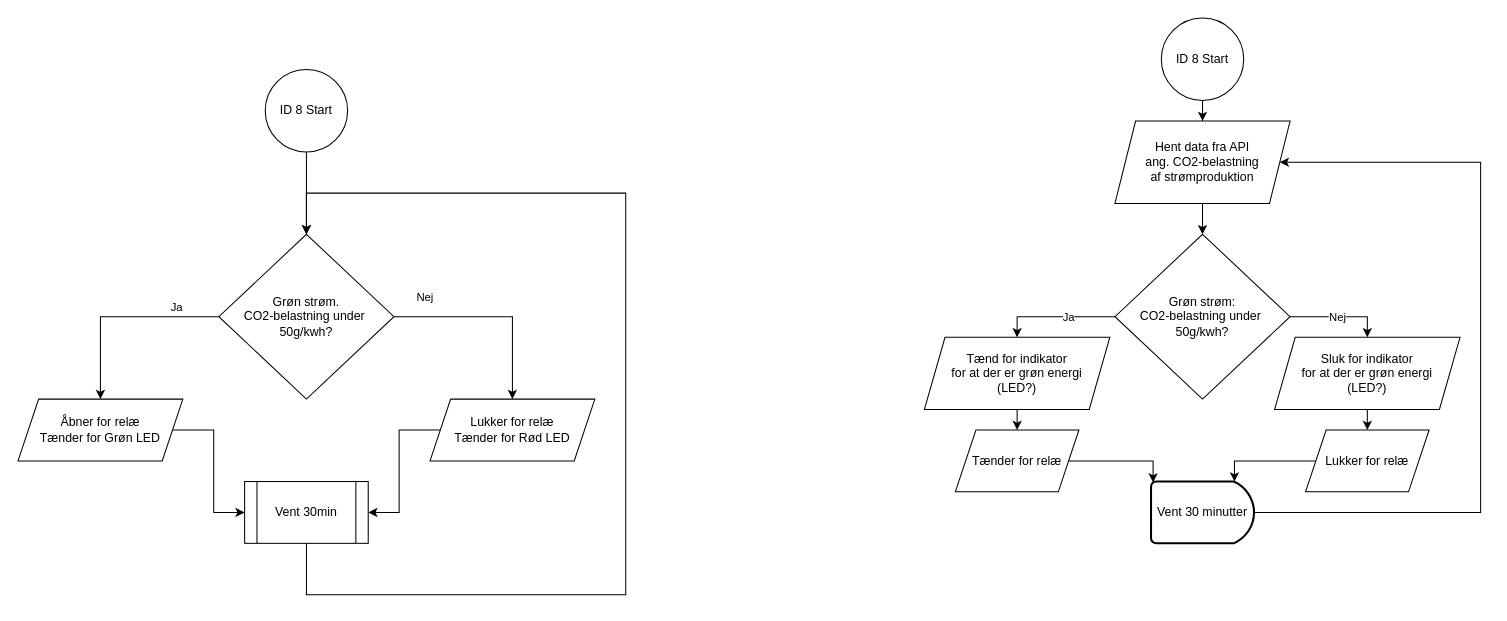
Above: ID 08, P2/ID8 V1 Gren Power.drawio in KEA-E24-B9-IOT1/E24-B9-IoT1 (draw.io), before the change. Source tidied: cells renumbered, new cells numbered last; positions are measured from the earlier drawing's top-left corner, leaving out a move shared by most shapes. Both pictures are drawn from the tidied source at 103%, with x=0, y=0 at pixel (18, 18).
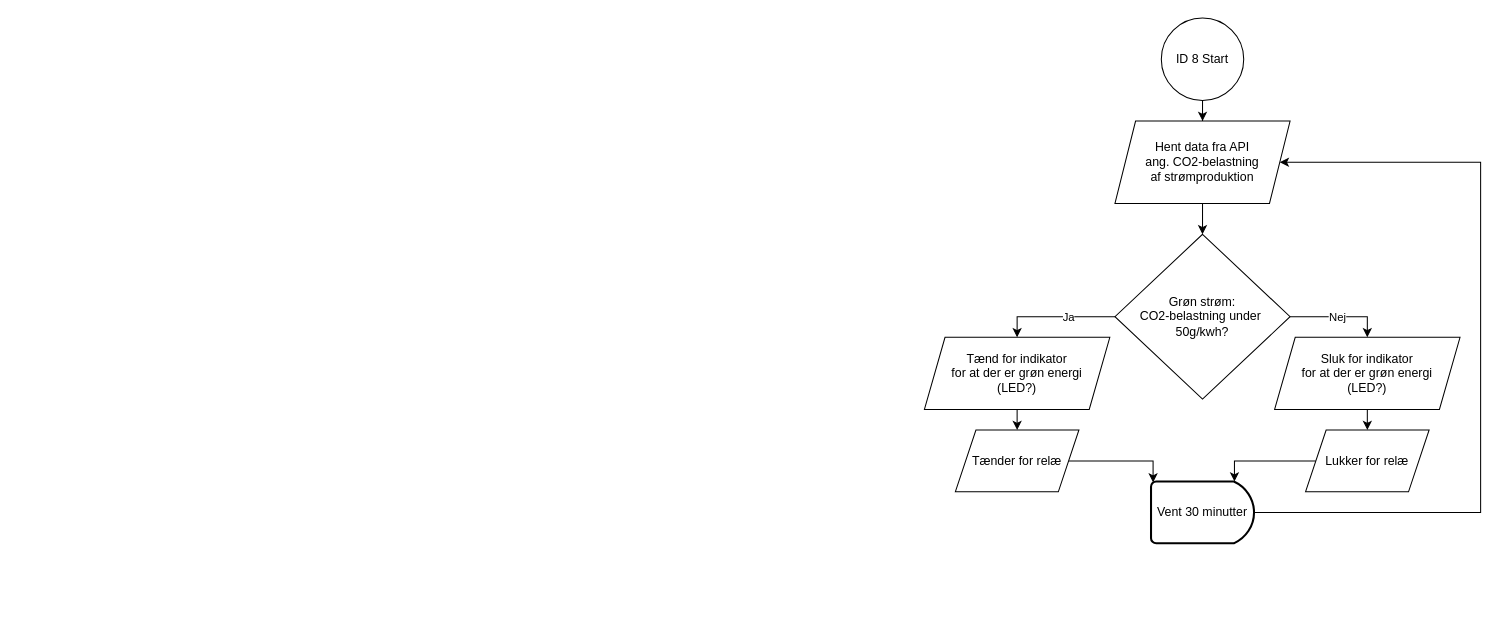
Above is the later version.

Diff of the diagram source:
```diff
@@
-    <mxCell id="2" style="edgeStyle=orthogonalEdgeStyle;rounded=0;jettySize=auto;html=1;entryX=0.5;entryY=0;entryDx=0;entryDy=0;" parent="1" edge="1" source="6" target="10">
-      <mxGeometry relative="1" as="geometry" />
-    </mxCell>
-    <mxCell id="3" value="Ja" style="edgeLabel;html=1;align=center;verticalAlign=middle;" parent="2" vertex="1">
-      <mxGeometry x="-0.31" y="2" relative="1" as="geometry">
-        <mxPoint x="25" y="-12" as="offset" />
-      </mxGeometry>
-    </mxCell>
-    <mxCell id="4" style="edgeStyle=orthogonalEdgeStyle;rounded=0;jettySize=auto;html=1;entryX=0.5;entryY=0;entryDx=0;entryDy=0;" parent="1" edge="1" source="6" target="12">
-      <mxGeometry relative="1" as="geometry" />
-    </mxCell>
-    <mxCell id="5" value="Nej" style="edgeLabel;html=1;align=center;verticalAlign=middle;" parent="4" vertex="1">
-      <mxGeometry x="-0.6" y="2" relative="1" as="geometry">
-        <mxPoint x="-10" y="-18" as="offset" />
-      </mxGeometry>
-    </mxCell>
-    <mxCell id="6" value="Grøn strøm. &lt;br&gt;&lt;div&gt;CO2-belastning under&amp;nbsp;&lt;/div&gt;&lt;div&gt;50g/kwh?&lt;/div&gt;" style="rhombus;whiteSpace=wrap;html=1;" parent="1" vertex="1">
-      <mxGeometry x="195" y="210" width="170" height="160" as="geometry" />
-    </mxCell>
-    <mxCell id="7" style="edgeStyle=orthogonalEdgeStyle;rounded=0;jettySize=auto;html=1;" parent="1" edge="1" source="8" target="6">
-      <mxGeometry relative="1" as="geometry" />
-    </mxCell>
-    <mxCell id="8" value="ID 8 Start" style="ellipse;whiteSpace=wrap;html=1;" parent="1" vertex="1">
-      <mxGeometry x="240" y="50" width="80" height="80" as="geometry" />
-    </mxCell>
-    <mxCell id="9" style="edgeStyle=orthogonalEdgeStyle;rounded=0;jettySize=auto;html=1;entryX=0;entryY=0.5;entryDx=0;entryDy=0;" parent="1" edge="1" source="10" target="33">
-      <mxGeometry relative="1" as="geometry" />
-    </mxCell>
-    <mxCell id="10" value="Åbner for relæ&lt;div&gt;Tænder for Grøn LED&lt;/div&gt;" style="shape=parallelogram;perimeter=parallelogramPerimeter;whiteSpace=wrap;html=1;fixedSize=1;" parent="1" vertex="1">
-      <mxGeometry y="370" width="160" height="60" as="geometry" />
-    </mxCell>
-    <mxCell id="11" style="edgeStyle=orthogonalEdgeStyle;rounded=0;jettySize=auto;html=1;entryX=1;entryY=0.5;entryDx=0;entryDy=0;entryPerimeter=0;" parent="1" edge="1" source="12" target="33">
-      <mxGeometry relative="1" as="geometry" />
-    </mxCell>
-    <mxCell id="12" value="Lukker for relæ&lt;div&gt;Tænder for Rød LED&lt;/div&gt;" style="shape=parallelogram;perimeter=parallelogramPerimeter;whiteSpace=wrap;html=1;fixedSize=1;" parent="1" vertex="1">
-      <mxGeometry x="400" y="370" width="160" height="60" as="geometry" />
-    </mxCell>
-    <mxCell id="13" style="edgeStyle=orthogonalEdgeStyle;rounded=0;jettySize=auto;html=1;entryX=0.5;entryY=0;entryDx=0;entryDy=0;" parent="1" edge="1" target="6">
-      <mxGeometry relative="1" as="geometry">
-        <mxPoint x="280" y="510" as="sourcePoint" />
-        <Array as="points">
-          <mxPoint x="280" y="560" />
-          <mxPoint x="590" y="560" />
-          <mxPoint x="590" y="170" />
-          <mxPoint x="280" y="170" />
-        </Array>
-      </mxGeometry>
-    </mxCell>
@@
-    <mxCell id="33" value="Vent 30min" style="shape=process;whiteSpace=wrap;html=1;backgroundOutline=1;" parent="1" vertex="1">
-      <mxGeometry x="220" y="450" width="120" height="60" as="geometry" />
-    </mxCell>
```
